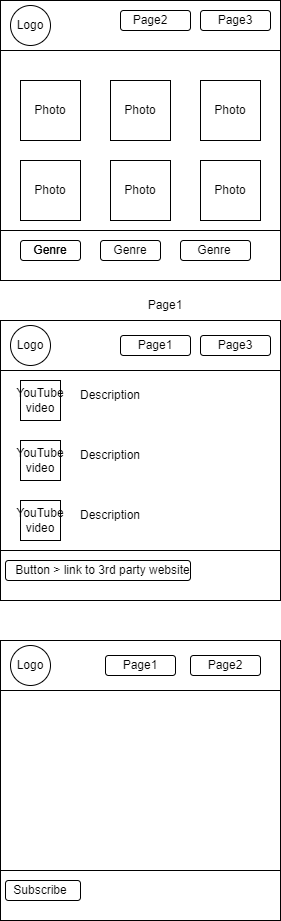
Earlier version of the draw.io export 201-Project-Prototype.drawio.png (Blendshe/201-Project-Photography-website). Source tidied: cells renumbered, new cells last; positions are measured from the earlier drawing's top-left corner, leaving out a move shared by most shapes.
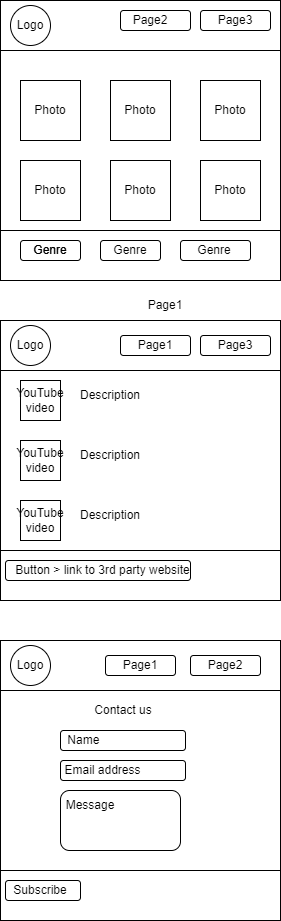
After the change.

The edit, as a diff of the source:
```diff
@@ -185,5 +185,26 @@
     <mxCell id="62" value="Subscribe" style="text;html=1;strokeColor=none;fillColor=none;align=center;verticalAlign=middle;whiteSpace=wrap;rounded=0;" parent="1" vertex="1">
       <mxGeometry x="10" y="875" width="60" height="30" as="geometry" />
     </mxCell>
+    <mxCell id="63" value="Contact us" style="text;html=1;strokeColor=none;fillColor=none;align=center;verticalAlign=middle;whiteSpace=wrap;rounded=0;" parent="1" vertex="1">
+      <mxGeometry x="92.5" y="700" width="60" height="20" as="geometry" />
+    </mxCell>
+    <mxCell id="64" style="rounded=1;whiteSpace=wrap;html=1;" parent="1" vertex="1">
+      <mxGeometry x="60" y="730" width="125" height="20" as="geometry" />
+    </mxCell>
+    <mxCell id="65" style="rounded=1;whiteSpace=wrap;html=1;" parent="1" vertex="1">
+      <mxGeometry x="60" y="760" width="125" height="20" as="geometry" />
+    </mxCell>
+    <mxCell id="66" value="Name&amp;nbsp;" style="text;html=1;strokeColor=none;fillColor=none;align=center;verticalAlign=middle;whiteSpace=wrap;rounded=0;" parent="1" vertex="1">
+      <mxGeometry x="50" y="722.5" width="70" height="35" as="geometry" />
+    </mxCell>
+    <mxCell id="67" value="Email address" style="text;html=1;strokeColor=none;fillColor=none;align=center;verticalAlign=middle;whiteSpace=wrap;rounded=0;" parent="1" vertex="1">
+      <mxGeometry x="45" y="755" width="115" height="30" as="geometry" />
+    </mxCell>
+    <mxCell id="68" style="rounded=1;whiteSpace=wrap;html=1;" parent="1" vertex="1">
+      <mxGeometry x="60" y="790" width="120" height="60" as="geometry" />
+    </mxCell>
+    <mxCell id="69" value="Message" style="text;html=1;strokeColor=none;fillColor=none;align=center;verticalAlign=middle;whiteSpace=wrap;rounded=0;" parent="1" vertex="1">
+      <mxGeometry x="60" y="790" width="60" height="30" as="geometry" />
+    </mxCell>
   </root>
 </mxGraphModel>
```
